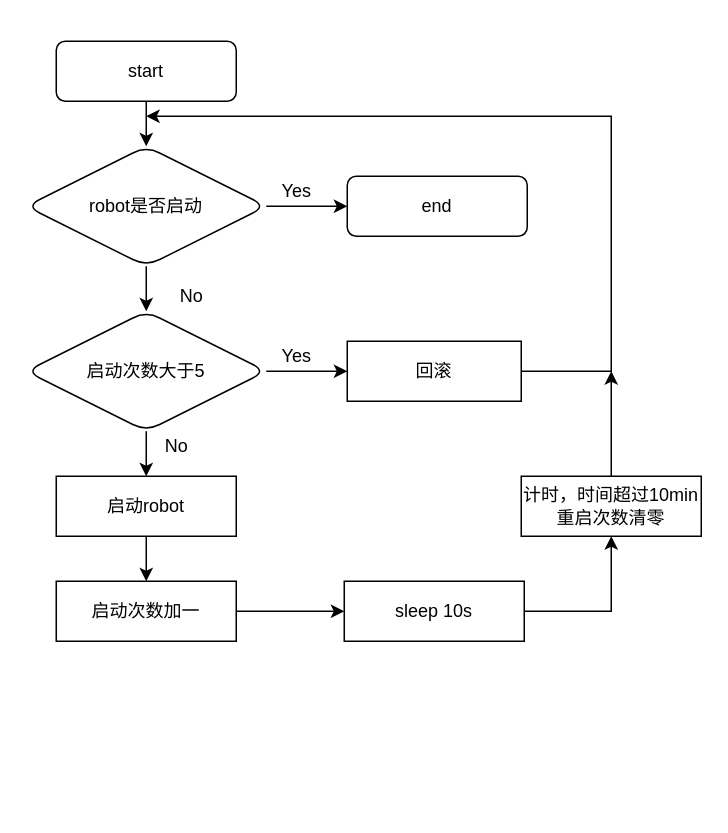
This is Daemon.drawio from leecode398/images, a draw.io file, before an edit. Source tidied: cells renumbered, new cells numbered last; positions are measured from the earlier drawing's top-left corner, leaving out a move shared by most shapes. Both pictures are drawn from the tidied source at 150%, with x=0, y=0 at pixel (26, 40).
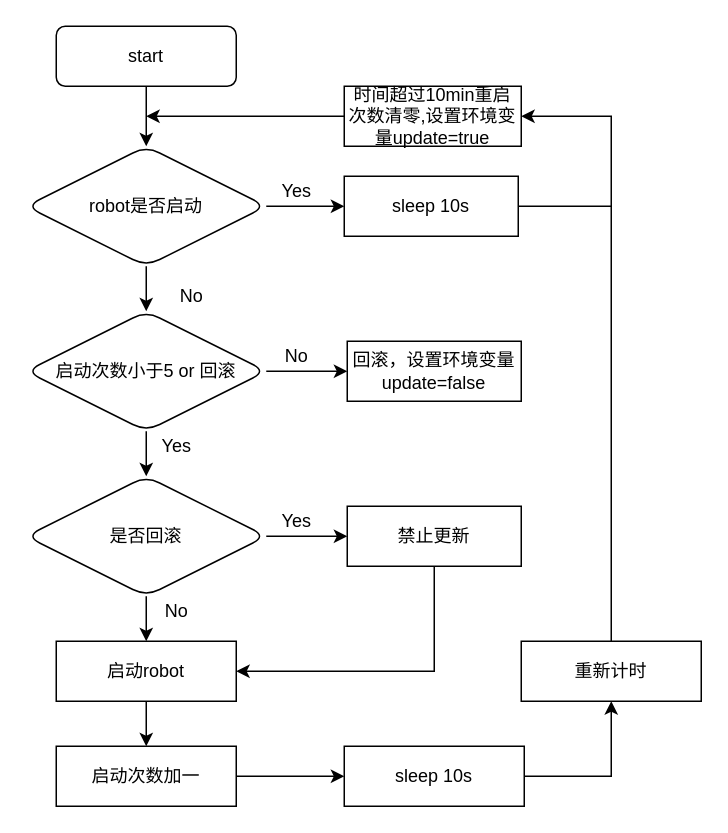
After the change.

Unchanged cells that the change refers to:
```xml
<mxCell id="13" value="robot是否启动" style="rhombus;whiteSpace=wrap;html=1;rounded=1;shadow=0;strokeWidth=1;glass=0;" parent="1" vertex="1">
  <mxGeometry y="70" width="160" height="80" as="geometry" />
</mxCell>
```

What changed in the source:
```diff
@@
     <mxCell id="3" value="start" style="rounded=1;whiteSpace=wrap;html=1;fontSize=12;glass=0;strokeWidth=1;shadow=0;" parent="1" vertex="1">
-      <mxGeometry x="20" width="120" height="40" as="geometry" />
+      <mxGeometry x="20" y="-10" width="120" height="40" as="geometry" />
     </mxCell>
-    <mxCell id="4" style="edgeStyle=orthogonalEdgeStyle;rounded=0;jettySize=auto;html=1;" parent="1" edge="1" source="6">
-      <mxGeometry relative="1" as="geometry">
-        <mxPoint x="214" y="220" as="targetPoint" />
-      </mxGeometry>
-    </mxCell>
-    <mxCell id="5" style="edgeStyle=orthogonalEdgeStyle;rounded=0;jettySize=auto;html=1;" parent="1" edge="1" source="6" target="9">
-      <mxGeometry relative="1" as="geometry" />
-    </mxCell>
+    <mxCell id="25" style="edgeStyle=orthogonalEdgeStyle;rounded=0;jettySize=auto;html=1;" parent="1" edge="1" source="6" target="17">
+      <mxGeometry relative="1" as="geometry" />
+    </mxCell>
+    <mxCell id="26" style="edgeStyle=orthogonalEdgeStyle;rounded=0;jettySize=auto;html=1;" parent="1" edge="1" source="6" target="32">
+      <mxGeometry relative="1" as="geometry" />
+    </mxCell>
-    <mxCell id="6" value="启动次数大于5" style="rhombus;whiteSpace=wrap;html=1;rounded=1;shadow=0;strokeWidth=1;glass=0;" parent="1" vertex="1">
+    <mxCell id="6" value="启动次数小于5 or 回滚" style="rhombus;whiteSpace=wrap;html=1;rounded=1;shadow=0;strokeWidth=1;glass=0;" parent="1" vertex="1">
       <mxGeometry y="180" width="160" height="80" as="geometry" />
     </mxCell>
-    <mxCell id="7" value="Yes" style="text;html=1;align=center;verticalAlign=middle;strokeColor=none;fillColor=none;" parent="1" vertex="1">
-      <mxGeometry x="160" y="200" width="40" height="20" as="geometry" />
+    <mxCell id="7" value="No" style="text;html=1;align=center;verticalAlign=middle;strokeColor=none;fillColor=none;" parent="1" vertex="1">
+      <mxGeometry x="165" y="200" width="30" height="20" as="geometry" />
     </mxCell>
@@
     <mxCell id="9" value="启动robot" style="rounded=0;whiteSpace=wrap;html=1;" parent="1" vertex="1">
-      <mxGeometry x="20" y="290" width="120" height="40" as="geometry" />
+      <mxGeometry x="20" y="400" width="120" height="40" as="geometry" />
     </mxCell>
-    <mxCell id="10" value="No" style="text;html=1;align=center;verticalAlign=middle;strokeColor=none;fillColor=none;" parent="1" vertex="1">
-      <mxGeometry x="85" y="260" width="30" height="20" as="geometry" />
+    <mxCell id="10" value="Yes" style="text;html=1;align=center;verticalAlign=middle;strokeColor=none;fillColor=none;" parent="1" vertex="1">
+      <mxGeometry x="80" y="260" width="40" height="20" as="geometry" />
     </mxCell>
@@
-    <mxCell id="12" style="edgeStyle=orthogonalEdgeStyle;rounded=0;jettySize=auto;html=1;" parent="1" edge="1" source="13" target="15">
-      <mxGeometry relative="1" as="geometry" />
-    </mxCell>
+    <mxCell id="27" style="edgeStyle=orthogonalEdgeStyle;rounded=0;jettySize=auto;html=1;" parent="1" edge="1" source="13" target="37">
+      <mxGeometry relative="1" as="geometry" />
+    </mxCell>
@@
-    <mxCell id="15" value="end" style="rounded=1;whiteSpace=wrap;html=1;fontSize=12;glass=0;strokeWidth=1;shadow=0;" parent="1" vertex="1">
-      <mxGeometry x="214" y="90" width="120" height="40" as="geometry" />
-    </mxCell>
-    <mxCell id="16" style="edgeStyle=orthogonalEdgeStyle;rounded=0;jettySize=auto;html=1;exitX=1;exitY=0.5;exitDx=0;exitDy=0;" parent="1" edge="1" source="17">
-      <mxGeometry relative="1" as="geometry">
-        <mxPoint x="80" y="50" as="targetPoint" />
-        <Array as="points">
-          <mxPoint x="390" y="220" />
-          <mxPoint x="390" y="50" />
-        </Array>
-      </mxGeometry>
-    </mxCell>
-    <mxCell id="17" value="回滚" style="rounded=0;whiteSpace=wrap;html=1;" parent="1" vertex="1">
+    <mxCell id="17" value="回滚，设置环境变量update=false" style="rounded=0;whiteSpace=wrap;html=1;" parent="1" vertex="1">
       <mxGeometry x="214" y="200" width="116" height="40" as="geometry" />
     </mxCell>
@@
     <mxCell id="19" value="启动次数加一" style="rounded=0;whiteSpace=wrap;html=1;" parent="1" vertex="1">
-      <mxGeometry x="20" y="360" width="120" height="40" as="geometry" />
+      <mxGeometry x="20" y="470" width="120" height="40" as="geometry" />
     </mxCell>
-    <mxCell id="20" style="edgeStyle=orthogonalEdgeStyle;rounded=0;jettySize=auto;html=1;exitX=0.5;exitY=0;exitDx=0;exitDy=0;" parent="1" edge="1" source="21">
-      <mxGeometry relative="1" as="geometry">
-        <mxPoint x="390" y="220" as="targetPoint" />
-      </mxGeometry>
-    </mxCell>
+    <mxCell id="28" style="edgeStyle=orthogonalEdgeStyle;rounded=0;jettySize=auto;html=1;exitX=0.5;exitY=0;exitDx=0;exitDy=0;entryX=1;entryY=0.5;entryDx=0;entryDy=0;" parent="1" edge="1" source="21" target="40">
+      <mxGeometry relative="1" as="geometry" />
+    </mxCell>
-    <mxCell id="21" value="计时，时间超过10min重启次数清零" style="rounded=0;whiteSpace=wrap;html=1;" parent="1" vertex="1">
-      <mxGeometry x="330" y="290" width="120" height="40" as="geometry" />
+    <mxCell id="21" value="重新计时" style="rounded=0;whiteSpace=wrap;html=1;" parent="1" vertex="1">
+      <mxGeometry x="330" y="400" width="120" height="40" as="geometry" />
     </mxCell>
@@
     <mxCell id="23" value="sleep 10s" style="rounded=0;whiteSpace=wrap;html=1;" parent="1" vertex="1">
-      <mxGeometry x="212" y="360" width="120" height="40" as="geometry" />
+      <mxGeometry x="212" y="470" width="120" height="40" as="geometry" />
     </mxCell>
+    <mxCell id="29" style="endArrow=none;html=1;exitX=1;exitY=0.5;exitDx=0;exitDy=0;" parent="1" edge="1" source="13">
+      <mxGeometry relative="1" as="geometry">
+        <mxPoint x="160" y="110" as="targetPoint" />
+      </mxGeometry>
+    </mxCell>
@@
+    <mxCell id="30" style="edgeStyle=orthogonalEdgeStyle;rounded=0;jettySize=auto;html=1;exitX=0.5;exitY=1;exitDx=0;exitDy=0;entryX=0.5;entryY=0;entryDx=0;entryDy=0;" parent="1" edge="1" source="32" target="9">
+      <mxGeometry relative="1" as="geometry" />
+    </mxCell>
+    <mxCell id="31" style="edgeStyle=orthogonalEdgeStyle;rounded=0;jettySize=auto;html=1;" parent="1" edge="1" source="32" target="34">
+      <mxGeometry relative="1" as="geometry" />
+    </mxCell>
+    <mxCell id="32" value="是否回滚" style="rhombus;whiteSpace=wrap;html=1;rounded=1;shadow=0;strokeWidth=1;glass=0;" parent="1" vertex="1">
+      <mxGeometry y="290" width="160" height="80" as="geometry" />
+    </mxCell>
+    <mxCell id="33" style="edgeStyle=orthogonalEdgeStyle;rounded=0;jettySize=auto;html=1;exitX=0.5;exitY=1;exitDx=0;exitDy=0;entryX=1;entryY=0.5;entryDx=0;entryDy=0;" parent="1" edge="1" source="34" target="9">
+      <mxGeometry relative="1" as="geometry" />
+    </mxCell>
+    <mxCell id="34" value="禁止更新" style="rounded=0;whiteSpace=wrap;html=1;" parent="1" vertex="1">
+      <mxGeometry x="214" y="310" width="116" height="40" as="geometry" />
+    </mxCell>
+    <mxCell id="35" value="Yes" style="text;html=1;align=center;verticalAlign=middle;strokeColor=none;fillColor=none;" parent="1" vertex="1">
+      <mxGeometry x="160" y="310" width="40" height="20" as="geometry" />
+    </mxCell>
+    <mxCell id="36" value="No" style="text;html=1;align=center;verticalAlign=middle;strokeColor=none;fillColor=none;" parent="1" vertex="1">
+      <mxGeometry x="85" y="370" width="30" height="20" as="geometry" />
+    </mxCell>
+    <mxCell id="37" value="sleep 10s" style="rounded=0;whiteSpace=wrap;html=1;" parent="1" vertex="1">
+      <mxGeometry x="212" y="90" width="116" height="40" as="geometry" />
+    </mxCell>
+    <mxCell id="38" style="endArrow=none;html=1;exitX=1;exitY=0.5;exitDx=0;exitDy=0;" parent="1" edge="1" source="37">
+      <mxGeometry relative="1" as="geometry">
+        <mxPoint x="390" y="110" as="targetPoint" />
+      </mxGeometry>
+    </mxCell>
+    <mxCell id="39" style="edgeStyle=orthogonalEdgeStyle;rounded=0;jettySize=auto;html=1;exitX=0;exitY=0.5;exitDx=0;exitDy=0;" parent="1" edge="1" source="40">
+      <mxGeometry relative="1" as="geometry">
+        <mxPoint x="80" y="50" as="targetPoint" />
+      </mxGeometry>
+    </mxCell>
+    <mxCell id="40" value="时间超过10min重启次数清零,设置环境变量update=true" style="rounded=0;whiteSpace=wrap;html=1;" parent="1" vertex="1">
+      <mxGeometry x="212" y="30" width="118" height="40" as="geometry" />
+    </mxCell>
```
